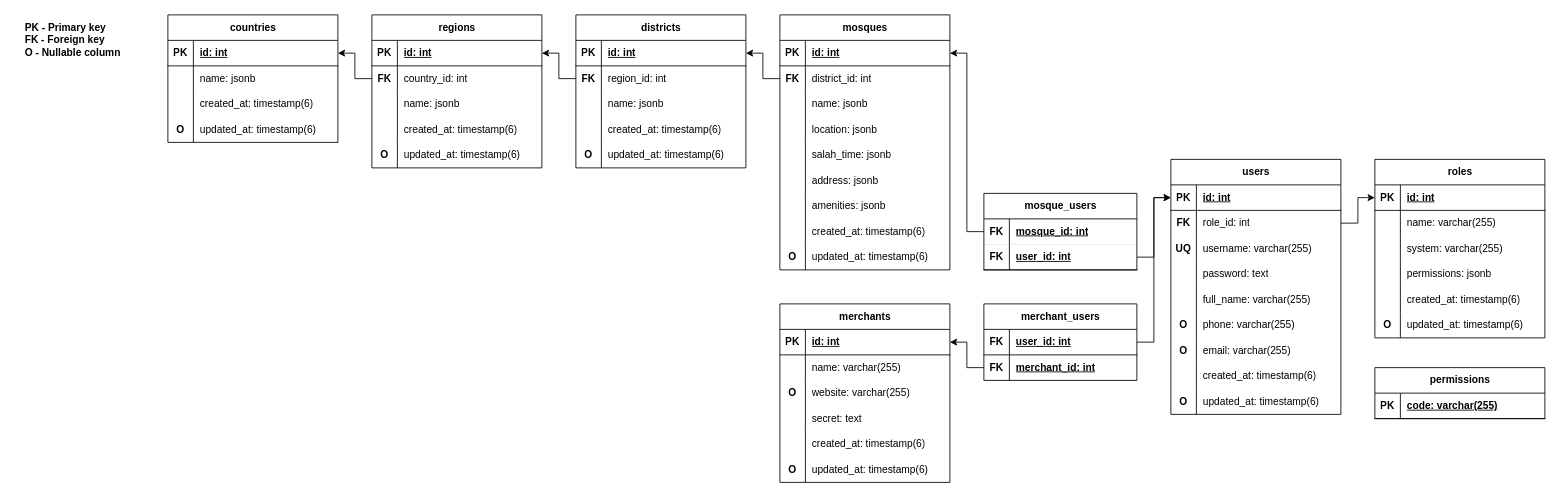
Earlier version of the draw.io diagram page "DatabaseSchema" (1 of 3) of raw/uml/Schemas.drawio (MasjidVaqtlari/docs). Source tidied: cells renumbered, new cells numbered last; positions are measured from the earlier drawing's top-left corner, leaving out a move shared by most shapes. Both pictures are drawn from the tidied source at 85%, with x=0, y=0 at pixel (14, 14).
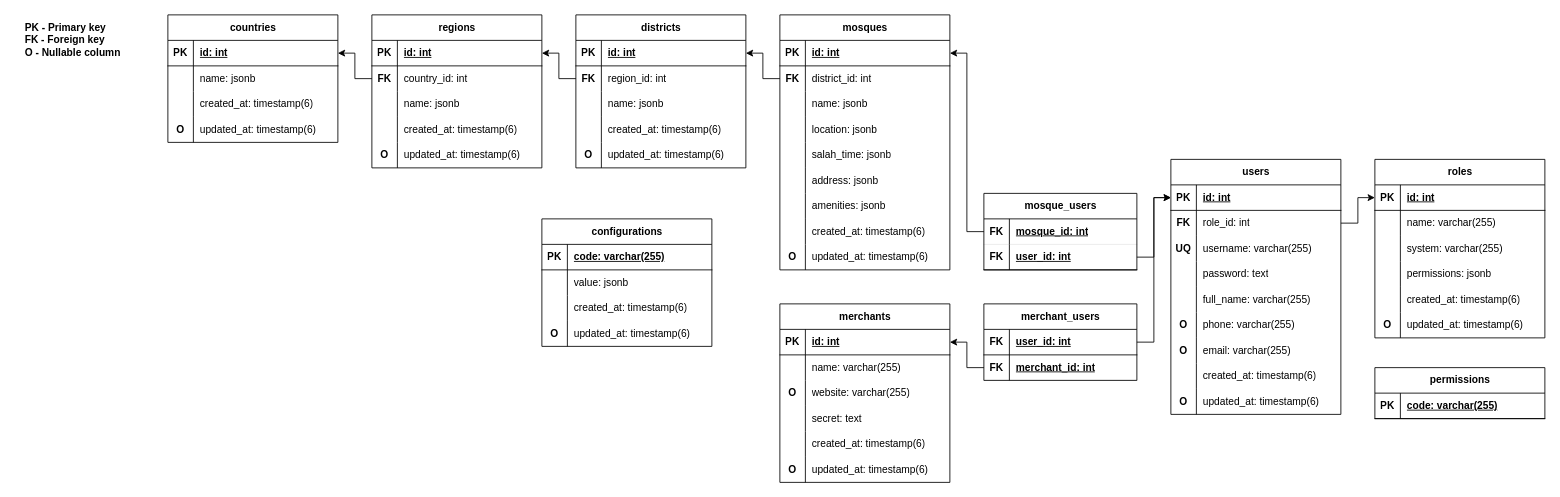
Above is the later version.

What changed in the source:
```diff
@@
+    <mxCell id="168" value="configurations" style="shape=table;startSize=30;childLayout=tableLayout;rowLines=0;fontStyle=1;align=center;html=1;" parent="1" vertex="1">
+      <mxGeometry x="620" y="240" width="200" height="150" as="geometry" />
+    </mxCell>
+    <mxCell id="169" style="shape=tableRow;horizontal=0;startSize=0;swimlaneHead=0;swimlaneBody=0;fillColor=none;top=0;left=0;right=0;bottom=1;" parent="168" vertex="1">
+      <mxGeometry y="30" width="200" height="30" as="geometry" />
+    </mxCell>
+    <mxCell id="170" value="PK" style="shape=partialRectangle;fillColor=none;top=0;left=0;bottom=0;right=0;fontStyle=1;overflow=hidden;whiteSpace=wrap;html=1;" parent="169" vertex="1">
+      <mxGeometry width="30" height="30" as="geometry" />
+    </mxCell>
+    <mxCell id="171" value="code: varchar(255)" style="shape=partialRectangle;fillColor=none;top=0;left=0;bottom=0;right=0;align=left;spacingLeft=6;fontStyle=5;overflow=hidden;whiteSpace=wrap;html=1;" parent="169" vertex="1">
+      <mxGeometry x="30" width="170" height="30" as="geometry" />
+    </mxCell>
+    <mxCell id="172" style="shape=tableRow;horizontal=0;startSize=0;swimlaneHead=0;swimlaneBody=0;fillColor=none;top=0;left=0;right=0;bottom=0;" parent="168" vertex="1">
+      <mxGeometry y="60" width="200" height="30" as="geometry" />
+    </mxCell>
+    <mxCell id="173" style="shape=partialRectangle;fillColor=none;top=0;left=0;bottom=0;right=0;overflow=hidden;whiteSpace=wrap;html=1;fontStyle=1;" parent="172" vertex="1">
+      <mxGeometry width="30" height="30" as="geometry" />
+    </mxCell>
+    <mxCell id="174" value="value: jsonb" style="shape=partialRectangle;fillColor=none;top=0;left=0;bottom=0;right=0;align=left;spacingLeft=6;overflow=hidden;whiteSpace=wrap;html=1;" parent="172" vertex="1">
+      <mxGeometry x="30" width="170" height="30" as="geometry" />
+    </mxCell>
+    <mxCell id="175" style="shape=tableRow;horizontal=0;startSize=0;swimlaneHead=0;swimlaneBody=0;fillColor=none;top=0;left=0;right=0;bottom=0;" parent="168" vertex="1">
+      <mxGeometry y="90" width="200" height="30" as="geometry" />
+    </mxCell>
+    <mxCell id="176" style="shape=partialRectangle;fillColor=none;top=0;left=0;bottom=0;right=0;overflow=hidden;whiteSpace=wrap;html=1;fontStyle=1;" parent="175" vertex="1">
+      <mxGeometry width="30" height="30" as="geometry" />
+    </mxCell>
+    <mxCell id="177" value="created_at: timestamp(6)" style="shape=partialRectangle;fillColor=none;top=0;left=0;bottom=0;right=0;align=left;spacingLeft=6;overflow=hidden;whiteSpace=wrap;html=1;" parent="175" vertex="1">
+      <mxGeometry x="30" width="170" height="30" as="geometry" />
+    </mxCell>
+    <mxCell id="178" style="shape=tableRow;horizontal=0;startSize=0;swimlaneHead=0;swimlaneBody=0;fillColor=none;top=0;left=0;right=0;bottom=0;" parent="168" vertex="1">
+      <mxGeometry y="120" width="200" height="30" as="geometry" />
+    </mxCell>
+    <mxCell id="179" value="O" style="shape=partialRectangle;fillColor=none;top=0;left=0;bottom=0;right=0;overflow=hidden;whiteSpace=wrap;html=1;fontStyle=1;" parent="178" vertex="1">
+      <mxGeometry width="30" height="30" as="geometry" />
+    </mxCell>
+    <mxCell id="180" value="updated_at: timestamp(6)" style="shape=partialRectangle;fillColor=none;top=0;left=0;bottom=0;right=0;align=left;spacingLeft=6;overflow=hidden;whiteSpace=wrap;html=1;" parent="178" vertex="1">
+      <mxGeometry x="30" width="170" height="30" as="geometry" />
+    </mxCell>
```
